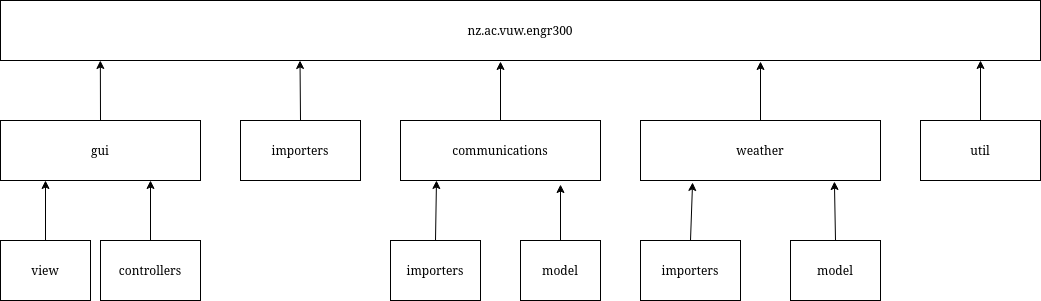
This is architecture_design/assets/package_diagram.png from Group-10-Studios/Mission-Control, a draw.io export, as it was before one commit. Source tidied: cells renumbered, new cells last; positions are measured from the earlier drawing's top-left corner, leaving out a move shared by most shapes. Source of this version:
```xml
<mxGraphModel>
  <root>
    <mxCell id="0" />
    <mxCell id="1" parent="0" />
    <mxCell id="2" value="weather" style="rounded=0;whiteSpace=wrap;html=1;" parent="1" vertex="1">
      <mxGeometry x="640" y="120" width="240" height="60" as="geometry" />
    </mxCell>
    <mxCell id="3" value="communications" style="rounded=0;whiteSpace=wrap;html=1;" parent="1" vertex="1">
      <mxGeometry x="400" y="120" width="200" height="60" as="geometry" />
    </mxCell>
    <mxCell id="4" value="importers" style="rounded=0;whiteSpace=wrap;html=1;direction=east;" parent="1" vertex="1">
      <mxGeometry x="240" y="120" width="120" height="60" as="geometry" />
    </mxCell>
    <mxCell id="5" value="util" style="rounded=0;whiteSpace=wrap;html=1;" parent="1" vertex="1">
      <mxGeometry x="920" y="120" width="120" height="60" as="geometry" />
    </mxCell>
    <mxCell id="6" value="nz.ac.vuw.engr300" style="rounded=0;whiteSpace=wrap;html=1;" parent="1" vertex="1">
      <mxGeometry width="1040" height="60" as="geometry" />
    </mxCell>
    <mxCell id="7" style="endArrow=classic;html=1;exitX=0.5;exitY=0;exitDx=0;exitDy=0;" parent="1" edge="1" source="3">
      <mxGeometry relative="1" as="geometry">
        <mxPoint x="500" y="61" as="targetPoint" />
      </mxGeometry>
    </mxCell>
    <mxCell id="8" style="endArrow=classic;html=1;exitX=0.5;exitY=0;exitDx=0;exitDy=0;" parent="1" edge="1" source="5">
      <mxGeometry relative="1" as="geometry">
        <mxPoint x="980" y="60" as="targetPoint" />
      </mxGeometry>
    </mxCell>
    <mxCell id="9" style="endArrow=classic;html=1;exitX=0.5;exitY=0;exitDx=0;exitDy=0;" parent="1" edge="1" source="2">
      <mxGeometry relative="1" as="geometry">
        <mxPoint x="760" y="61" as="targetPoint" />
      </mxGeometry>
    </mxCell>
    <mxCell id="10" value="importers" style="rounded=0;whiteSpace=wrap;html=1;" parent="1" vertex="1">
      <mxGeometry x="390" y="240" width="90" height="60" as="geometry" />
    </mxCell>
    <mxCell id="11" style="endArrow=classic;html=1;exitX=0.5;exitY=0;exitDx=0;exitDy=0;" parent="1" edge="1" source="10">
      <mxGeometry relative="1" as="geometry">
        <mxPoint x="436" y="180" as="targetPoint" />
      </mxGeometry>
    </mxCell>
    <mxCell id="12" value="model" style="rounded=0;whiteSpace=wrap;html=1;" parent="1" vertex="1">
      <mxGeometry x="520" y="240" width="80" height="60" as="geometry" />
    </mxCell>
    <mxCell id="13" style="endArrow=classic;html=1;exitX=0.5;exitY=0;exitDx=0;exitDy=0;entryX=0.8;entryY=1.067;entryDx=0;entryDy=0;entryPerimeter=0;" parent="1" edge="1" source="12" target="3">
      <mxGeometry relative="1" as="geometry" />
    </mxCell>
    <mxCell id="14" value="importers" style="rounded=0;whiteSpace=wrap;html=1;" parent="1" vertex="1">
      <mxGeometry x="640" y="240" width="100" height="60" as="geometry" />
    </mxCell>
    <mxCell id="15" style="endArrow=classic;html=1;entryX=0.217;entryY=1.033;entryDx=0;entryDy=0;exitX=0.5;exitY=0;exitDx=0;exitDy=0;entryPerimeter=0;" parent="1" edge="1" source="14" target="2">
      <mxGeometry relative="1" as="geometry" />
    </mxCell>
    <mxCell id="16" value="model" style="rounded=0;whiteSpace=wrap;html=1;" parent="1" vertex="1">
      <mxGeometry x="790" y="240" width="90" height="60" as="geometry" />
    </mxCell>
    <mxCell id="17" style="endArrow=classic;html=1;entryX=0.808;entryY=1.017;entryDx=0;entryDy=0;exitX=0.5;exitY=0;exitDx=0;exitDy=0;entryPerimeter=0;" parent="1" edge="1" source="16" target="2">
      <mxGeometry relative="1" as="geometry" />
    </mxCell>
    <mxCell id="18" value="&lt;div&gt;gui&lt;/div&gt;" style="rounded=0;whiteSpace=wrap;html=1;" parent="1" vertex="1">
      <mxGeometry y="120" width="200" height="60" as="geometry" />
    </mxCell>
    <mxCell id="19" style="endArrow=classic;html=1;exitX=0.5;exitY=0;exitDx=0;exitDy=0;entryX=0.096;entryY=1;entryDx=0;entryDy=0;entryPerimeter=0;" parent="1" edge="1" source="18" target="6">
      <mxGeometry relative="1" as="geometry" />
    </mxCell>
    <mxCell id="20" value="controllers" style="rounded=0;whiteSpace=wrap;html=1;" parent="1" vertex="1">
      <mxGeometry x="100" y="240" width="100" height="60" as="geometry" />
    </mxCell>
    <mxCell id="21" value="view" style="rounded=0;whiteSpace=wrap;html=1;" parent="1" vertex="1">
      <mxGeometry y="240" width="90" height="60" as="geometry" />
    </mxCell>
    <mxCell id="22" style="endArrow=classic;html=1;exitX=0.5;exitY=0;exitDx=0;exitDy=0;" parent="1" edge="1" source="21">
      <mxGeometry relative="1" as="geometry">
        <mxPoint x="45" y="180" as="targetPoint" />
      </mxGeometry>
    </mxCell>
    <mxCell id="23" style="endArrow=classic;html=1;entryX=0.75;entryY=1;entryDx=0;entryDy=0;" parent="1" edge="1" target="18">
      <mxGeometry relative="1" as="geometry">
        <mxPoint x="150" y="240" as="sourcePoint" />
      </mxGeometry>
    </mxCell>
    <mxCell id="24" style="endArrow=classic;html=1;entryX=0.288;entryY=1;entryDx=0;entryDy=0;entryPerimeter=0;" parent="1" edge="1" target="6">
      <mxGeometry relative="1" as="geometry">
        <mxPoint x="300" y="120" as="sourcePoint" />
      </mxGeometry>
    </mxCell>
  </root>
</mxGraphModel>
```
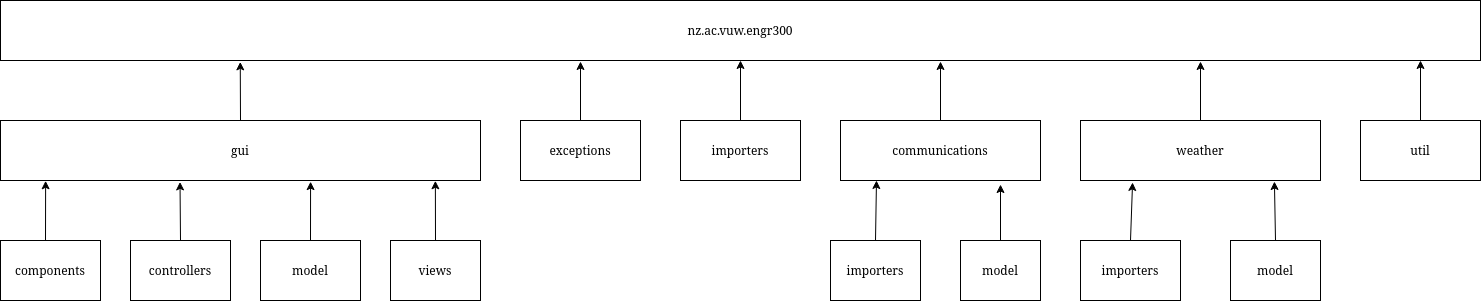
Above is the later version.

Commit message:
#113: Update package diagram - Update Development section on CI automation

Change to the diagram source:
```diff
@@ -15,7 +15,7 @@
       <mxGeometry x="920" y="120" width="120" height="60" as="geometry" />
     </mxCell>
     <mxCell id="6" value="nz.ac.vuw.engr300" style="rounded=0;whiteSpace=wrap;html=1;" parent="1" vertex="1">
-      <mxGeometry width="1040" height="60" as="geometry" />
+      <mxGeometry x="-440" width="1480" height="60" as="geometry" />
     </mxCell>
     <mxCell id="7" style="endArrow=classic;html=1;exitX=0.5;exitY=0;exitDx=0;exitDy=0;" parent="1" edge="1" source="3">
       <mxGeometry relative="1" as="geometry">
@@ -59,31 +59,49 @@
       <mxGeometry relative="1" as="geometry" />
     </mxCell>
     <mxCell id="18" value="&lt;div&gt;gui&lt;/div&gt;" style="rounded=0;whiteSpace=wrap;html=1;" parent="1" vertex="1">
-      <mxGeometry y="120" width="200" height="60" as="geometry" />
+      <mxGeometry x="-440" y="120" width="480" height="60" as="geometry" />
     </mxCell>
-    <mxCell id="19" style="endArrow=classic;html=1;exitX=0.5;exitY=0;exitDx=0;exitDy=0;entryX=0.096;entryY=1;entryDx=0;entryDy=0;entryPerimeter=0;" parent="1" edge="1" source="18" target="6">
+    <mxCell id="19" style="endArrow=classic;html=1;exitX=0.5;exitY=0;exitDx=0;exitDy=0;entryX=0.162;entryY=1.023;entryDx=0;entryDy=0;entryPerimeter=0;" parent="1" edge="1" source="18" target="6">
       <mxGeometry relative="1" as="geometry" />
     </mxCell>
     <mxCell id="20" value="controllers" style="rounded=0;whiteSpace=wrap;html=1;" parent="1" vertex="1">
-      <mxGeometry x="100" y="240" width="100" height="60" as="geometry" />
+      <mxGeometry x="-310" y="240" width="100" height="60" as="geometry" />
     </mxCell>
-    <mxCell id="21" value="view" style="rounded=0;whiteSpace=wrap;html=1;" parent="1" vertex="1">
-      <mxGeometry y="240" width="90" height="60" as="geometry" />
+    <mxCell id="21" value="views" style="rounded=0;whiteSpace=wrap;html=1;" parent="1" vertex="1">
+      <mxGeometry x="-50" y="240" width="90" height="60" as="geometry" />
     </mxCell>
-    <mxCell id="22" style="endArrow=classic;html=1;exitX=0.5;exitY=0;exitDx=0;exitDy=0;" parent="1" edge="1" source="21">
+    <mxCell id="22" style="endArrow=classic;html=1;entryX=0.094;entryY=1.005;entryDx=0;entryDy=0;entryPerimeter=0;" parent="1" edge="1" target="18">
       <mxGeometry relative="1" as="geometry">
-        <mxPoint x="45" y="180" as="targetPoint" />
+        <mxPoint x="-395" y="240" as="sourcePoint" />
       </mxGeometry>
     </mxCell>
-    <mxCell id="23" style="endArrow=classic;html=1;entryX=0.75;entryY=1;entryDx=0;entryDy=0;" parent="1" edge="1" target="18">
-      <mxGeometry relative="1" as="geometry">
-        <mxPoint x="150" y="240" as="sourcePoint" />
-      </mxGeometry>
+    <mxCell id="23" style="endArrow=classic;html=1;exitX=0.5;exitY=0;exitDx=0;exitDy=0;entryX=0.374;entryY=1.024;entryDx=0;entryDy=0;entryPerimeter=0;" parent="1" edge="1" source="20" target="18">
+      <mxGeometry relative="1" as="geometry" />
     </mxCell>
-    <mxCell id="24" style="endArrow=classic;html=1;entryX=0.288;entryY=1;entryDx=0;entryDy=0;entryPerimeter=0;" parent="1" edge="1" target="6">
+    <mxCell id="24" style="endArrow=classic;html=1;entryX=0.5;entryY=1;entryDx=0;entryDy=0;" parent="1" edge="1" target="6">
       <mxGeometry relative="1" as="geometry">
         <mxPoint x="300" y="120" as="sourcePoint" />
       </mxGeometry>
     </mxCell>
+    <mxCell id="25" value="exceptions" style="rounded=0;whiteSpace=wrap;html=1;direction=east;" parent="1" vertex="1">
+      <mxGeometry x="80" y="120" width="120" height="60" as="geometry" />
+    </mxCell>
+    <mxCell id="26" style="endArrow=classic;html=1;exitX=0.5;exitY=0;exitDx=0;exitDy=0;" parent="1" edge="1" source="25">
+      <mxGeometry relative="1" as="geometry">
+        <mxPoint x="140" y="61" as="targetPoint" />
+      </mxGeometry>
+    </mxCell>
+    <mxCell id="27" value="components" style="rounded=0;whiteSpace=wrap;html=1;" parent="1" vertex="1">
+      <mxGeometry x="-440" y="240" width="100" height="60" as="geometry" />
+    </mxCell>
+    <mxCell id="28" value="model" style="rounded=0;whiteSpace=wrap;html=1;" parent="1" vertex="1">
+      <mxGeometry x="-180" y="240" width="100" height="60" as="geometry" />
+    </mxCell>
+    <mxCell id="29" style="endArrow=classic;html=1;entryX=0.646;entryY=1.019;entryDx=0;entryDy=0;entryPerimeter=0;exitX=0.5;exitY=0;exitDx=0;exitDy=0;" parent="1" edge="1" source="28" target="18">
+      <mxGeometry relative="1" as="geometry" />
+    </mxCell>
+    <mxCell id="30" style="endArrow=classic;html=1;exitX=0.5;exitY=0;exitDx=0;exitDy=0;entryX=0.906;entryY=1.005;entryDx=0;entryDy=0;entryPerimeter=0;" parent="1" edge="1" source="21" target="18">
+      <mxGeometry relative="1" as="geometry" />
+    </mxCell>
   </root>
 </mxGraphModel>
```
